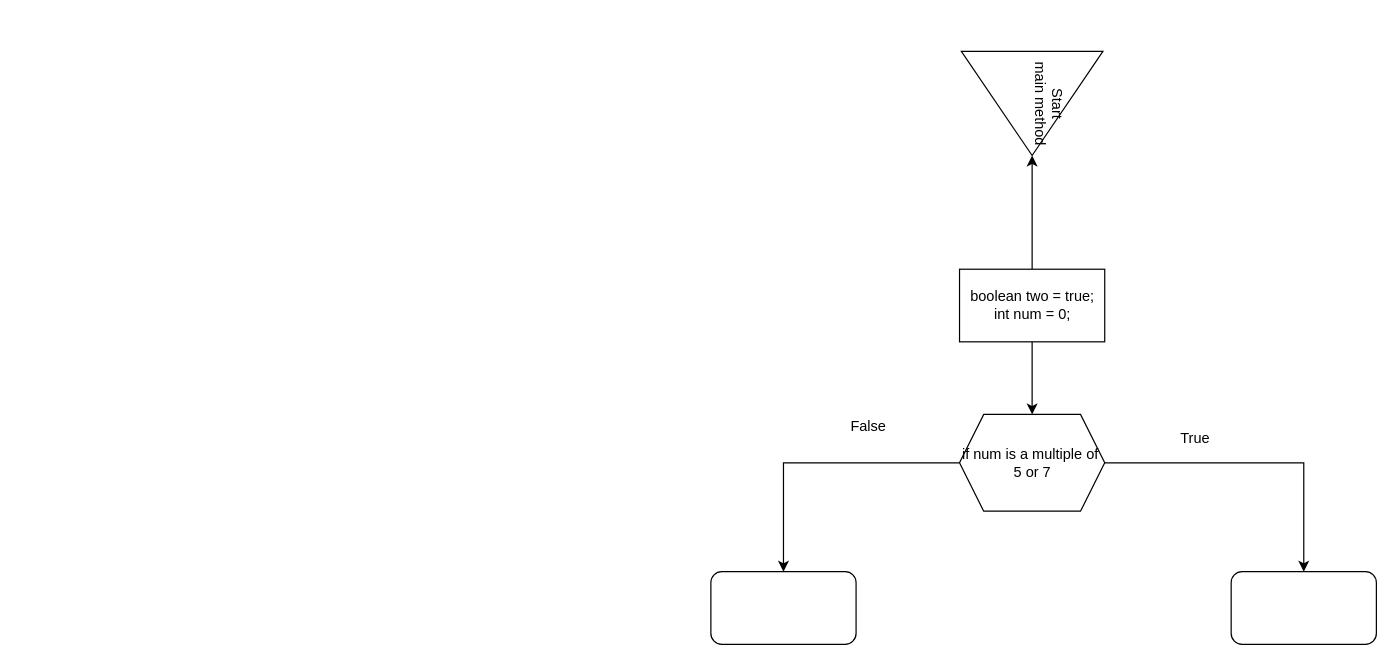
The draw.io diagram flowchart.drawio in BOB450/AP-Computer-Science-Class, before the edit. Source tidied: cells renumbered, new cells numbered last; positions are measured from the earlier drawing's top-left corner, leaving out a move shared by most shapes. Both pictures are drawn from the tidied source at 121%, with x=0, y=0 at pixel (710, 31).
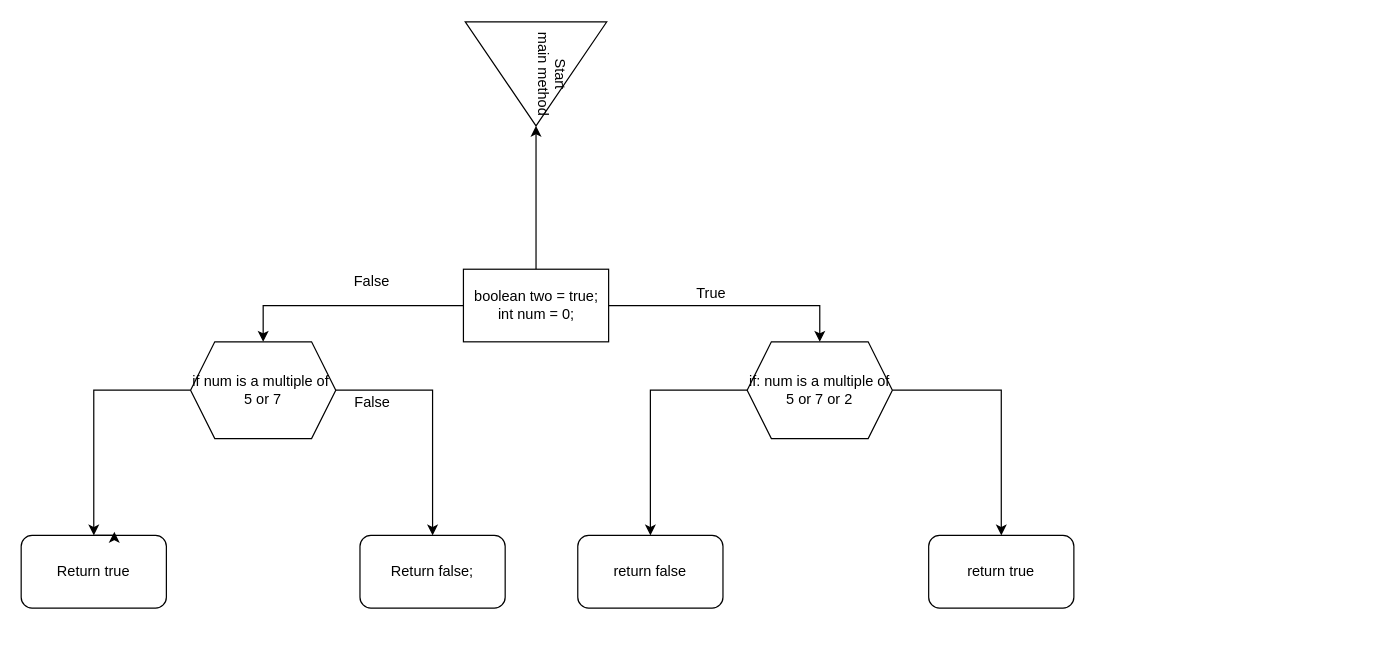
The same diagram, later.

Diff of the diagram source:
```diff
@@
     <mxCell id="2" value="Start&lt;br&gt;main method&lt;br&gt;&lt;br&gt;&lt;br&gt;" style="triangle;whiteSpace=wrap;html=1;rotation=90;direction=east;" parent="1" vertex="1">
-      <mxGeometry x="222.5" y="0.5" width="86" height="117" as="geometry" />
+      <mxGeometry x="-187.5" y="-24" width="86" height="117" as="geometry" />
     </mxCell>
@@
+    <mxCell id="13" style="edgeStyle=orthogonalEdgeStyle;rounded=0;jettySize=auto;html=1;entryX=0.5;entryY=0;entryDx=0;entryDy=0;" parent="1" edge="1" source="5" target="18">
+      <mxGeometry relative="1" as="geometry" />
+    </mxCell>
     <mxCell id="5" value="boolean two = true;&lt;br&gt;int num = 0;" style="rounded=0;whiteSpace=wrap;html=1;" parent="1" vertex="1">
-      <mxGeometry x="205.5" y="196" width="120" height="60" as="geometry" />
+      <mxGeometry x="-204.5" y="196" width="120" height="60" as="geometry" />
     </mxCell>
@@
     <mxCell id="8" value="if num is a multiple of&amp;nbsp;&lt;br&gt;5 or 7" style="shape=hexagon;perimeter=hexagonPerimeter2;whiteSpace=wrap;html=1;fixedSize=1;" parent="1" vertex="1">
-      <mxGeometry x="205.5" y="316" width="120" height="80" as="geometry" />
+      <mxGeometry x="-430" y="256" width="120" height="80" as="geometry" />
     </mxCell>
-    <mxCell id="9" style="rounded=1;whiteSpace=wrap;html=1;" parent="1" vertex="1">
-      <mxGeometry x="430" y="446" width="120" height="60" as="geometry" />
+    <mxCell id="9" value="Return false;" style="rounded=1;whiteSpace=wrap;html=1;" parent="1" vertex="1">
+      <mxGeometry x="-290" y="416" width="120" height="60" as="geometry" />
     </mxCell>
-    <mxCell id="10" style="rounded=1;whiteSpace=wrap;html=1;" parent="1" vertex="1">
-      <mxGeometry y="446" width="120" height="60" as="geometry" />
+    <mxCell id="10" value="Return true" style="rounded=1;whiteSpace=wrap;html=1;" parent="1" vertex="1">
+      <mxGeometry x="-570" y="416" width="120" height="60" as="geometry" />
     </mxCell>
     <mxCell id="11" value="True" style="text;html=1;align=center;verticalAlign=middle;" parent="1" vertex="1">
-      <mxGeometry x="380" y="326" width="40" height="20" as="geometry" />
+      <mxGeometry x="-20" y="206" width="40" height="20" as="geometry" />
     </mxCell>
     <mxCell id="12" value="False" style="text;html=1;align=center;verticalAlign=middle;" parent="1" vertex="1">
-      <mxGeometry x="110" y="316" width="40" height="20" as="geometry" />
+      <mxGeometry x="-300" y="296" width="40" height="20" as="geometry" />
     </mxCell>
+    <mxCell id="14" style="edgeStyle=orthogonalEdgeStyle;rounded=0;orthogonalLoop=1;jettySize=auto;html=1;exitX=0.5;exitY=0;exitDx=0;exitDy=0;entryX=0.642;entryY=-0.05;entryDx=0;entryDy=0;entryPerimeter=0;" parent="1" edge="1" source="10" target="10">
+      <mxGeometry relative="1" as="geometry" />
+    </mxCell>
+    <mxCell id="15" value="False" style="text;html=1;strokeColor=none;fillColor=none;align=center;verticalAlign=middle;whiteSpace=wrap;rounded=0;" parent="1" vertex="1">
+      <mxGeometry x="-300" y="196" width="40" height="20" as="geometry" />
+    </mxCell>
+    <mxCell id="16" style="edgeStyle=orthogonalEdgeStyle;rounded=0;jettySize=auto;html=1;entryX=0.5;entryY=0;entryDx=0;entryDy=0;" parent="1" edge="1" source="18" target="19">
+      <mxGeometry relative="1" as="geometry" />
+    </mxCell>
+    <mxCell id="17" style="edgeStyle=orthogonalEdgeStyle;rounded=0;jettySize=auto;html=1;entryX=0.5;entryY=0;entryDx=0;entryDy=0;" parent="1" edge="1" source="18" target="20">
+      <mxGeometry relative="1" as="geometry" />
+    </mxCell>
+    <mxCell id="18" value="if: num is a multiple of 5 or 7 or 2" style="shape=hexagon;perimeter=hexagonPerimeter2;whiteSpace=wrap;html=1;fixedSize=1;" parent="1" vertex="1">
+      <mxGeometry x="30" y="256" width="120" height="80" as="geometry" />
+    </mxCell>
+    <mxCell id="19" value="return false" style="rounded=1;whiteSpace=wrap;html=1;" parent="1" vertex="1">
+      <mxGeometry x="-110" y="416" width="120" height="60" as="geometry" />
+    </mxCell>
+    <mxCell id="20" value="return true" style="rounded=1;whiteSpace=wrap;html=1;" parent="1" vertex="1">
+      <mxGeometry x="180" y="416" width="120" height="60" as="geometry" />
+    </mxCell>
```
